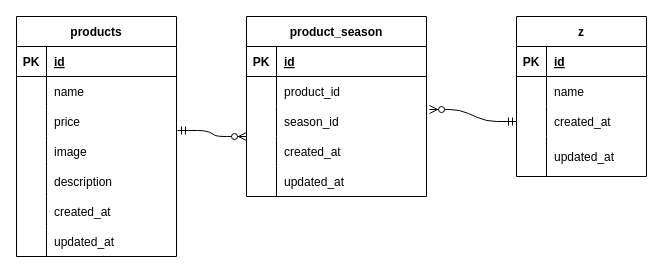
Earlier version of the draw.io diagram src/ER.drawio (noritq/Test241102). Source tidied: cells renumbered, new cells numbered last; positions are measured from the earlier drawing's top-left corner, leaving out a move shared by most shapes. Both pictures are drawn from the tidied source at 100%, with x=0, y=0 at pixel (16, 16).
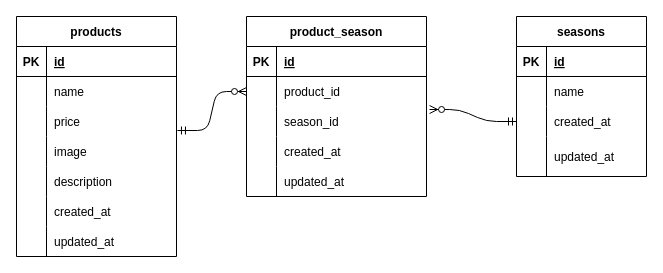
After the change.

The change refers to these unchanged cells:
```xml
<mxCell id="9" style="shape=tableRow;horizontal=0;startSize=0;swimlaneHead=0;swimlaneBody=0;fillColor=none;points=[[0,0.5],[1,0.5]];portConstraint=eastwest;top=0;left=0;right=0;bottom=0;" parent="2" vertex="1">
  <mxGeometry y="90" width="160" height="30" as="geometry" />
</mxCell>
<mxCell id="41" style="shape=tableRow;horizontal=0;startSize=0;swimlaneHead=0;swimlaneBody=0;fillColor=none;points=[[0,0.5],[1,0.5]];portConstraint=eastwest;top=0;left=0;right=0;bottom=0;" parent="37" vertex="1">
  <mxGeometry y="60" width="180" height="30" as="geometry" />
</mxCell>
<mxCell id="47" style="shape=tableRow;horizontal=0;startSize=0;swimlaneHead=0;swimlaneBody=0;fillColor=none;points=[[0,0.5],[1,0.5]];portConstraint=eastwest;top=0;left=0;right=0;bottom=0;" parent="37" vertex="1">
  <mxGeometry y="120" width="180" height="30" as="geometry" />
</mxCell>
```

Diff of the diagram source:
```diff
@@
-    <mxCell id="24" value="z" style="shape=table;startSize=30;childLayout=tableLayout;rowLines=0;fontStyle=1;align=center;" parent="1" vertex="1">
+    <mxCell id="24" value="seasons" style="shape=table;startSize=30;childLayout=tableLayout;rowLines=0;fontStyle=1;align=center;" parent="1" vertex="1">
       <mxGeometry x="500" width="130" height="160" as="geometry" />
     </mxCell>
@@
-    <mxCell id="54" style="edgeStyle=entityRelationEdgeStyle;fontSize=12;html=1;endArrow=ERzeroToMany;startArrow=ERmandOne;exitX=1.006;exitY=0.8;exitDx=0;exitDy=0;exitPerimeter=0;entryX=0;entryY=0;entryDx=0;entryDy=0;entryPerimeter=0;" parent="1" edge="1" source="9" target="47">
+    <mxCell id="54" style="edgeStyle=entityRelationEdgeStyle;fontSize=12;html=1;endArrow=ERzeroToMany;startArrow=ERmandOne;exitX=1.006;exitY=0.8;exitDx=0;exitDy=0;exitPerimeter=0;entryX=0;entryY=0.5;entryDx=0;entryDy=0;" parent="1" edge="1" source="9" target="41">
       <mxGeometry relative="1" as="geometry" />
     </mxCell>
```
